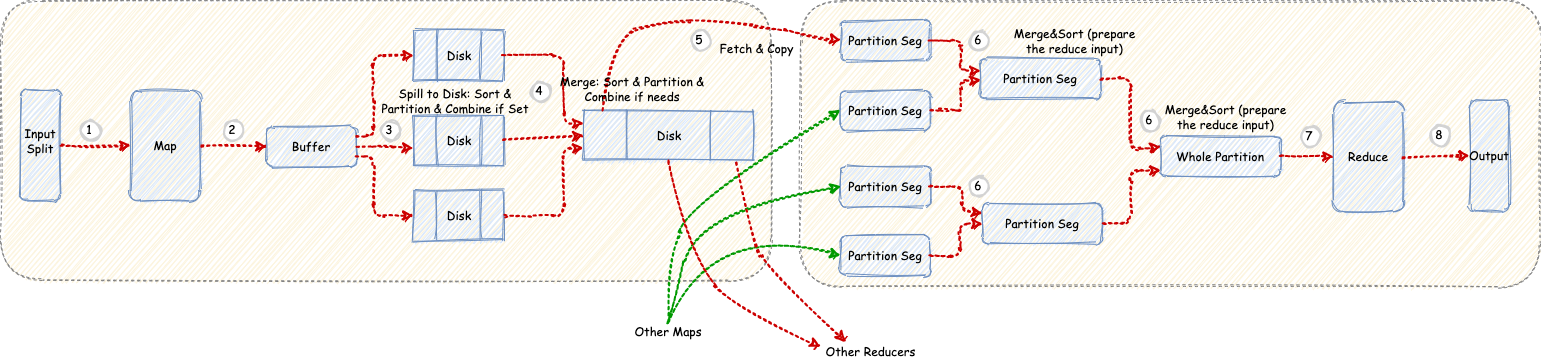
Earlier version of the draw.io export img/hadoop/Hadoop-MapReduce.png (hankemay/hanke.github.io). Source tidied: cells renumbered, new cells last; positions are measured from the earlier drawing's top-left corner, leaving out a move shared by most shapes.
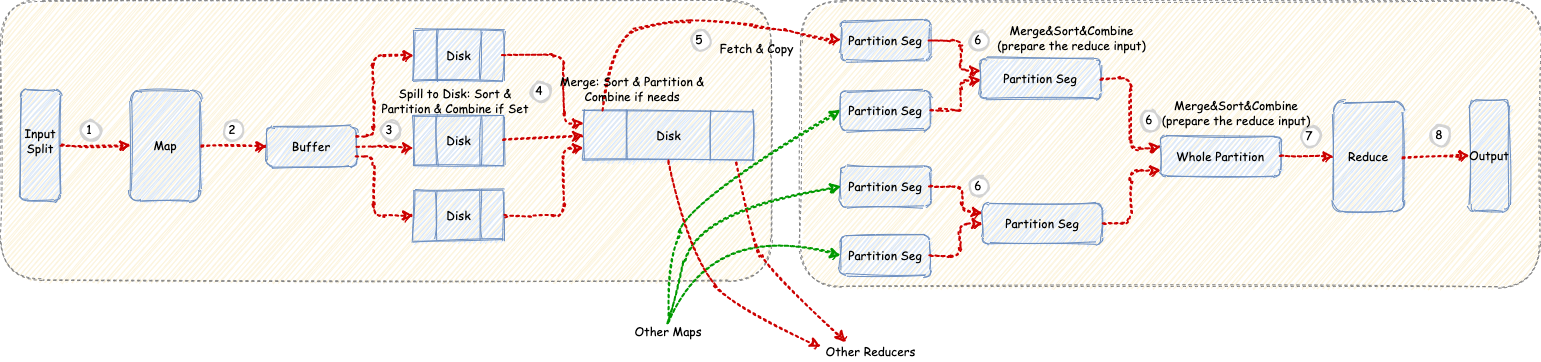
Later version of the same file.

Change to the diagram source:
```diff
@@ -259,8 +259,8 @@
     <mxCell id="55" value="&lt;font face=&quot;Comic Sans MS&quot;&gt;8&lt;/font&gt;" style="ellipse;whiteSpace=wrap;html=1;strokeWidth=2;fontFamily=Tahoma;spacingBottom=4;spacingRight=2;strokeColor=#d3d3d3;glass=0;sketch=1;" parent="1" vertex="1">
       <mxGeometry x="1430" y="125" width="20" height="20" as="geometry" />
     </mxCell>
-    <mxCell id="56" value="&lt;font face=&quot;Comic Sans MS&quot;&gt;Merge&amp;amp;Sort (prepare the reduce input)&lt;/font&gt;" style="text;html=1;strokeColor=none;fillColor=none;align=center;verticalAlign=middle;whiteSpace=wrap;rounded=0;glass=0;dashed=1;sketch=0;" parent="1" vertex="1">
-      <mxGeometry x="1009" y="30" width="131" height="20" as="geometry" />
+    <mxCell id="56" value="&lt;font face=&quot;Comic Sans MS&quot;&gt;Merge&amp;amp;Sort&amp;amp;Combine (prepare the reduce input)&lt;/font&gt;" style="text;html=1;strokeColor=none;fillColor=none;align=center;verticalAlign=middle;whiteSpace=wrap;rounded=0;glass=0;dashed=1;sketch=0;" parent="1" vertex="1">
+      <mxGeometry x="996" y="27" width="151" height="20" as="geometry" />
     </mxCell>
     <mxCell id="57" value="&lt;font face=&quot;Comic Sans MS&quot;&gt;Fetch &amp;amp; Copy&lt;/font&gt;" style="text;html=1;strokeColor=none;fillColor=none;align=center;verticalAlign=middle;whiteSpace=wrap;rounded=0;glass=0;dashed=1;sketch=0;" parent="1" vertex="1">
       <mxGeometry x="713" y="38" width="87" height="20" as="geometry" />
@@ -271,8 +271,8 @@
     <mxCell id="59" value="&lt;font face=&quot;Comic Sans MS&quot;&gt;Merge: Sort &amp;amp; Partition &amp;amp; Combine if needs&lt;/font&gt;" style="text;html=1;strokeColor=none;fillColor=none;align=center;verticalAlign=middle;whiteSpace=wrap;rounded=0;glass=0;dashed=1;sketch=0;" parent="1" vertex="1">
       <mxGeometry x="552" y="78" width="160" height="20" as="geometry" />
     </mxCell>
-    <mxCell id="60" value="&lt;font face=&quot;Comic Sans MS&quot;&gt;Merge&amp;amp;Sort (prepare the reduce input)&lt;/font&gt;" style="text;html=1;strokeColor=none;fillColor=none;align=center;verticalAlign=middle;whiteSpace=wrap;rounded=0;glass=0;dashed=1;sketch=0;" parent="1" vertex="1">
-      <mxGeometry x="1160" y="106" width="131" height="20" as="geometry" />
+    <mxCell id="60" value="&lt;font face=&quot;Comic Sans MS&quot;&gt;Merge&amp;amp;Sort&amp;amp;Combine (prepare the reduce input)&lt;/font&gt;" style="text;html=1;strokeColor=none;fillColor=none;align=center;verticalAlign=middle;whiteSpace=wrap;rounded=0;glass=0;dashed=1;sketch=0;" parent="1" vertex="1">
+      <mxGeometry x="1151" y="102" width="170" height="20" as="geometry" />
     </mxCell>
   </root>
 </mxGraphModel>
```
